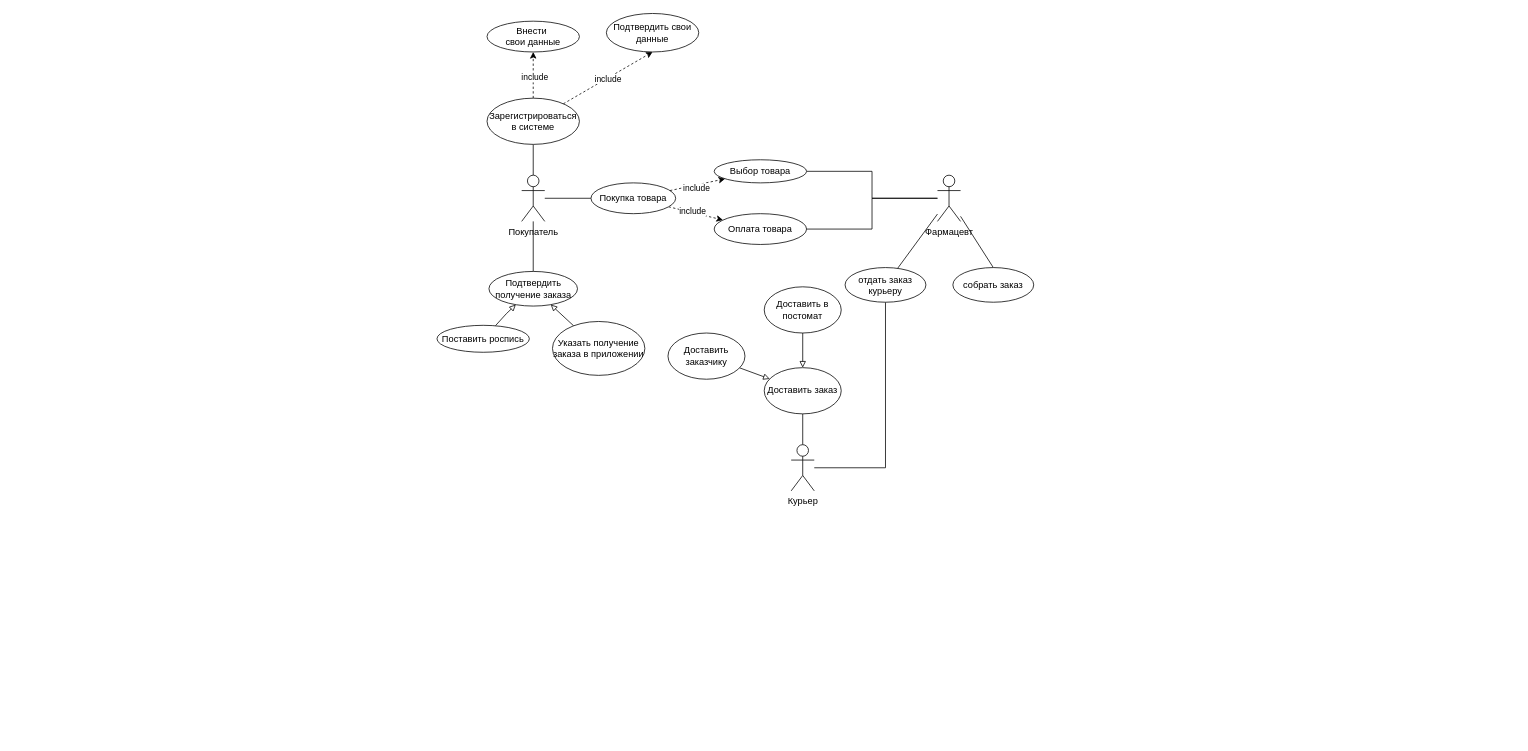
Idontlikeni/fourth_semestr keeps this draw.io diagram as AKMS/Pr_3/Pr_3.drawio. Above is the earlier version. Source tidied: cells renumbered, new cells numbered last; positions are measured from the earlier drawing's top-left corner, leaving out a move shared by most shapes. Both pictures are drawn from the tidied source at 77%, with x=0, y=0 at pixel (437, 13).
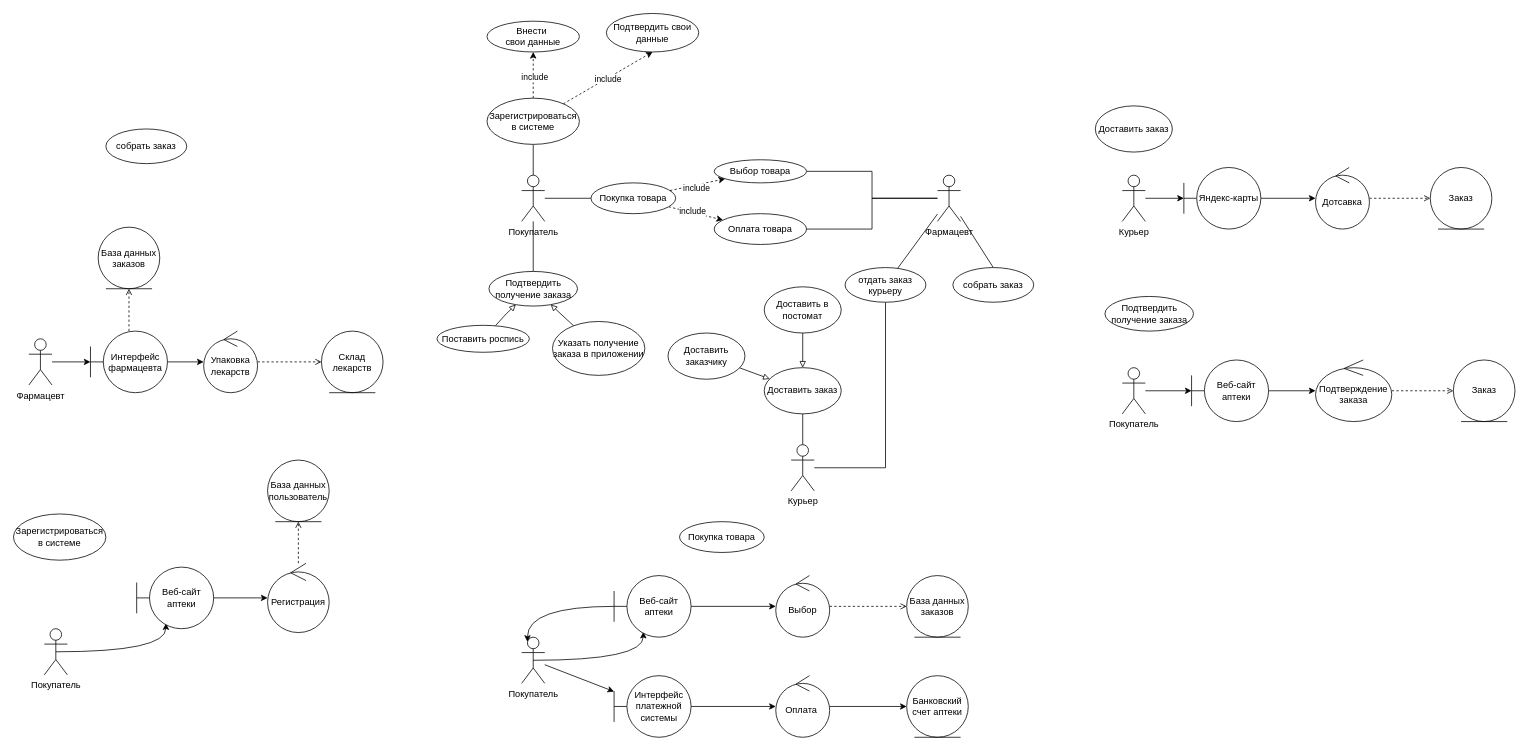
After the change.

Diff of the diagram source:
```diff
@@
+    <mxCell id="40" style="rounded=0;jettySize=auto;html=1;exitX=0.5;exitY=0.5;exitDx=0;exitDy=0;exitPerimeter=0;entryX=0.38;entryY=0.913;entryDx=0;entryDy=0;entryPerimeter=0;edgeStyle=orthogonalEdgeStyle;curved=1;" parent="1" edge="1" source="42" target="44">
+      <mxGeometry relative="1" as="geometry">
+        <Array as="points">
+          <mxPoint x="268" y="840" />
+        </Array>
+      </mxGeometry>
+    </mxCell>
+    <mxCell id="41" style="rounded=0;jettySize=auto;html=1;" parent="1" edge="1" source="42" target="46">
+      <mxGeometry relative="1" as="geometry" />
+    </mxCell>
+    <mxCell id="42" value="Покупатель" style="shape=umlActor;verticalLabelPosition=bottom;verticalAlign=top;html=1;outlineConnect=0;" parent="1" vertex="1">
+      <mxGeometry x="110" y="810" width="30" height="60" as="geometry" />
+    </mxCell>
+    <mxCell id="43" style="edgeStyle=orthogonalEdgeStyle;rounded=0;jettySize=auto;html=1;" parent="1" edge="1" source="44" target="51">
+      <mxGeometry relative="1" as="geometry" />
+    </mxCell>
+    <mxCell id="44" value="Веб-сайт аптеки" style="shape=umlBoundary;whiteSpace=wrap;html=1;" parent="1" vertex="1">
+      <mxGeometry x="230" y="730" width="100" height="80" as="geometry" />
+    </mxCell>
+    <mxCell id="45" style="edgeStyle=orthogonalEdgeStyle;rounded=0;jettySize=auto;html=1;" parent="1" edge="1" source="46" target="48">
+      <mxGeometry relative="1" as="geometry" />
+    </mxCell>
+    <mxCell id="46" value="Интерфейс платежной системы" style="shape=umlBoundary;whiteSpace=wrap;html=1;" parent="1" vertex="1">
+      <mxGeometry x="230" y="860" width="100" height="80" as="geometry" />
+    </mxCell>
+    <mxCell id="47" style="edgeStyle=orthogonalEdgeStyle;rounded=0;jettySize=auto;html=1;" parent="1" edge="1" source="48" target="80">
+      <mxGeometry relative="1" as="geometry" />
+    </mxCell>
+    <mxCell id="48" value="Оплата&amp;nbsp;" style="ellipse;shape=umlControl;whiteSpace=wrap;html=1;" parent="1" vertex="1">
+      <mxGeometry x="440" y="860" width="70" height="80" as="geometry" />
+    </mxCell>
+    <mxCell id="49" value="База данных заказов" style="ellipse;shape=umlEntity;whiteSpace=wrap;html=1;" parent="1" vertex="1">
+      <mxGeometry x="610" y="730" width="80" height="80" as="geometry" />
+    </mxCell>
+    <mxCell id="50" style="rounded=0;jettySize=auto;html=1;entryX=0;entryY=0.5;entryDx=0;entryDy=0;dashed=1;endArrow=open;endFill=0;" parent="1" edge="1" source="51" target="49">
+      <mxGeometry relative="1" as="geometry" />
+    </mxCell>
+    <mxCell id="51" value="Выбор" style="ellipse;shape=umlControl;whiteSpace=wrap;html=1;" parent="1" vertex="1">
+      <mxGeometry x="440" y="730" width="70" height="80" as="geometry" />
+    </mxCell>
+    <mxCell id="52" style="rounded=0;jettySize=auto;html=1;entryX=0.25;entryY=0.1;entryDx=0;entryDy=0;entryPerimeter=0;edgeStyle=orthogonalEdgeStyle;curved=1;" parent="1" edge="1" source="44" target="42">
+      <mxGeometry relative="1" as="geometry">
+        <Array as="points">
+          <mxPoint x="118" y="770" />
+        </Array>
+      </mxGeometry>
+    </mxCell>
+    <mxCell id="53" style="rounded=0;jettySize=auto;html=1;exitX=0.5;exitY=0.5;exitDx=0;exitDy=0;exitPerimeter=0;entryX=0.38;entryY=0.913;entryDx=0;entryDy=0;entryPerimeter=0;edgeStyle=orthogonalEdgeStyle;curved=1;" parent="1" edge="1" source="54" target="56">
+      <mxGeometry relative="1" as="geometry">
+        <Array as="points">
+          <mxPoint x="-352" y="829" />
+        </Array>
+      </mxGeometry>
+    </mxCell>
+    <mxCell id="54" value="Покупатель" style="shape=umlActor;verticalLabelPosition=bottom;verticalAlign=top;html=1;outlineConnect=0;" parent="1" vertex="1">
+      <mxGeometry x="-510" y="799" width="30" height="60" as="geometry" />
+    </mxCell>
+    <mxCell id="55" style="edgeStyle=orthogonalEdgeStyle;rounded=0;jettySize=auto;html=1;" parent="1" edge="1" source="56" target="58">
+      <mxGeometry relative="1" as="geometry" />
+    </mxCell>
+    <mxCell id="56" value="Веб-сайт аптеки" style="shape=umlBoundary;whiteSpace=wrap;html=1;" parent="1" vertex="1">
+      <mxGeometry x="-390" y="719" width="100" height="80" as="geometry" />
+    </mxCell>
+    <mxCell id="57" style="edgeStyle=orthogonalEdgeStyle;rounded=0;jettySize=auto;html=1;entryX=0.5;entryY=1;entryDx=0;entryDy=0;dashed=1;endArrow=open;endFill=0;" parent="1" edge="1" source="58" target="59">
+      <mxGeometry relative="1" as="geometry">
+        <Array as="points">
+          <mxPoint x="-180" y="690" />
+          <mxPoint x="-180" y="690" />
+        </Array>
+      </mxGeometry>
+    </mxCell>
+    <mxCell id="58" value="Регистрация" style="ellipse;shape=umlControl;whiteSpace=wrap;html=1;" parent="1" vertex="1">
+      <mxGeometry x="-220" y="714" width="80" height="90" as="geometry" />
+    </mxCell>
+    <mxCell id="59" value="База данных пользователь" style="ellipse;shape=umlEntity;whiteSpace=wrap;html=1;" parent="1" vertex="1">
+      <mxGeometry x="-220" y="580" width="80" height="80" as="geometry" />
+    </mxCell>
+    <mxCell id="60" style="edgeStyle=orthogonalEdgeStyle;rounded=0;jettySize=auto;html=1;" parent="1" edge="1" source="61" target="64">
+      <mxGeometry relative="1" as="geometry" />
+    </mxCell>
+    <mxCell id="61" value="Фармацевт" style="shape=umlActor;verticalLabelPosition=bottom;verticalAlign=top;html=1;outlineConnect=0;" parent="1" vertex="1">
+      <mxGeometry x="-530" y="422.5" width="30" height="60" as="geometry" />
+    </mxCell>
+    <mxCell id="62" style="edgeStyle=orthogonalEdgeStyle;rounded=0;jettySize=auto;html=1;entryX=0.5;entryY=1;entryDx=0;entryDy=0;dashed=1;endArrow=open;endFill=0;" parent="1" edge="1" source="64" target="68">
+      <mxGeometry relative="1" as="geometry" />
+    </mxCell>
+    <mxCell id="63" style="edgeStyle=orthogonalEdgeStyle;rounded=0;jettySize=auto;html=1;" parent="1" edge="1" source="64" target="66">
+      <mxGeometry relative="1" as="geometry" />
+    </mxCell>
+    <mxCell id="64" value="Интерфейс фармацевта" style="shape=umlBoundary;whiteSpace=wrap;html=1;" parent="1" vertex="1">
+      <mxGeometry x="-450" y="412.5" width="100" height="80" as="geometry" />
+    </mxCell>
+    <mxCell id="65" style="edgeStyle=orthogonalEdgeStyle;rounded=0;jettySize=auto;html=1;entryX=0;entryY=0.5;entryDx=0;entryDy=0;endArrow=open;endFill=0;dashed=1;" parent="1" edge="1" source="66" target="67">
+      <mxGeometry relative="1" as="geometry" />
+    </mxCell>
+    <mxCell id="66" value="Упаковка лекарств" style="ellipse;shape=umlControl;whiteSpace=wrap;html=1;" parent="1" vertex="1">
+      <mxGeometry x="-303" y="412.5" width="70" height="80" as="geometry" />
+    </mxCell>
+    <mxCell id="67" value="Склад лекарств" style="ellipse;shape=umlEntity;whiteSpace=wrap;html=1;" parent="1" vertex="1">
+      <mxGeometry x="-150" y="412.5" width="80" height="80" as="geometry" />
+    </mxCell>
+    <mxCell id="68" value="База данных заказов" style="ellipse;shape=umlEntity;whiteSpace=wrap;html=1;" parent="1" vertex="1">
+      <mxGeometry x="-440" y="277.5" width="80" height="80" as="geometry" />
+    </mxCell>
+    <mxCell id="69" style="edgeStyle=orthogonalEdgeStyle;rounded=0;jettySize=auto;html=1;" parent="1" edge="1" source="70" target="76">
+      <mxGeometry relative="1" as="geometry" />
+    </mxCell>
+    <mxCell id="70" value="Курьер" style="shape=umlActor;verticalLabelPosition=bottom;verticalAlign=top;html=1;outlineConnect=0;" parent="1" vertex="1">
+      <mxGeometry x="890" y="210" width="30" height="60" as="geometry" />
+    </mxCell>
+    <mxCell id="71" value="собрать заказ" style="ellipse;whiteSpace=wrap;html=1;" parent="1" vertex="1">
+      <mxGeometry x="-430" y="150" width="105" height="45" as="geometry" />
+    </mxCell>
+    <mxCell id="72" value="Покупка товара" style="ellipse;whiteSpace=wrap;html=1;" parent="1" vertex="1">
+      <mxGeometry x="315" y="660" width="110" height="40" as="geometry" />
+    </mxCell>
+    <mxCell id="73" value="Зарегистрироваться в системе" style="ellipse;whiteSpace=wrap;html=1;" parent="1" vertex="1">
+      <mxGeometry x="-550" y="650" width="120" height="60" as="geometry" />
+    </mxCell>
+    <mxCell id="74" value="Доставить заказ" style="ellipse;whiteSpace=wrap;html=1;" parent="1" vertex="1">
+      <mxGeometry x="855" y="120" width="100" height="60" as="geometry" />
+    </mxCell>
+    <mxCell id="75" style="edgeStyle=orthogonalEdgeStyle;rounded=0;jettySize=auto;html=1;" parent="1" edge="1" source="76" target="78">
+      <mxGeometry relative="1" as="geometry" />
+    </mxCell>
+    <mxCell id="76" value="Яндекс-карты" style="shape=umlBoundary;whiteSpace=wrap;html=1;" parent="1" vertex="1">
+      <mxGeometry x="970" y="200" width="100" height="80" as="geometry" />
+    </mxCell>
+    <mxCell id="77" style="edgeStyle=orthogonalEdgeStyle;rounded=0;jettySize=auto;html=1;dashed=1;endArrow=open;endFill=0;" parent="1" edge="1" source="78" target="79">
+      <mxGeometry relative="1" as="geometry" />
+    </mxCell>
+    <mxCell id="78" value="Дотсавка" style="ellipse;shape=umlControl;whiteSpace=wrap;html=1;" parent="1" vertex="1">
+      <mxGeometry x="1141" y="200" width="70" height="80" as="geometry" />
+    </mxCell>
+    <mxCell id="79" value="Заказ" style="ellipse;shape=umlEntity;whiteSpace=wrap;html=1;" parent="1" vertex="1">
+      <mxGeometry x="1290" y="200" width="80" height="80" as="geometry" />
+    </mxCell>
+    <mxCell id="80" value="Банковский счет аптеки" style="ellipse;shape=umlEntity;whiteSpace=wrap;html=1;" parent="1" vertex="1">
+      <mxGeometry x="610" y="860" width="80" height="80" as="geometry" />
+    </mxCell>
+    <mxCell id="81" style="edgeStyle=orthogonalEdgeStyle;rounded=0;jettySize=auto;html=1;" parent="1" edge="1" source="82" target="85">
+      <mxGeometry relative="1" as="geometry" />
+    </mxCell>
+    <mxCell id="82" value="Покупатель" style="shape=umlActor;verticalLabelPosition=bottom;verticalAlign=top;html=1;outlineConnect=0;" parent="1" vertex="1">
+      <mxGeometry x="890" y="460" width="30" height="60" as="geometry" />
+    </mxCell>
+    <mxCell id="83" value="Подтвердить получение заказа" style="ellipse;whiteSpace=wrap;html=1;" parent="1" vertex="1">
+      <mxGeometry x="867.5" y="367.5" width="115" height="45" as="geometry" />
+    </mxCell>
+    <mxCell id="84" style="edgeStyle=orthogonalEdgeStyle;rounded=0;jettySize=auto;html=1;" parent="1" edge="1" source="85" target="87">
+      <mxGeometry relative="1" as="geometry" />
+    </mxCell>
+    <mxCell id="85" value="Веб-сайт аптеки" style="shape=umlBoundary;whiteSpace=wrap;html=1;" parent="1" vertex="1">
+      <mxGeometry x="980" y="450" width="100" height="80" as="geometry" />
+    </mxCell>
+    <mxCell id="86" style="edgeStyle=orthogonalEdgeStyle;rounded=0;jettySize=auto;html=1;dashed=1;endArrow=open;endFill=0;" parent="1" edge="1" source="87" target="88">
+      <mxGeometry relative="1" as="geometry" />
+    </mxCell>
+    <mxCell id="87" value="Подтверждение заказа" style="ellipse;shape=umlControl;whiteSpace=wrap;html=1;" parent="1" vertex="1">
+      <mxGeometry x="1141" y="450" width="99" height="80" as="geometry" />
+    </mxCell>
+    <mxCell id="88" value="Заказ" style="ellipse;shape=umlEntity;whiteSpace=wrap;html=1;" parent="1" vertex="1">
+      <mxGeometry x="1320" y="450" width="80" height="80" as="geometry" />
+    </mxCell>
```
